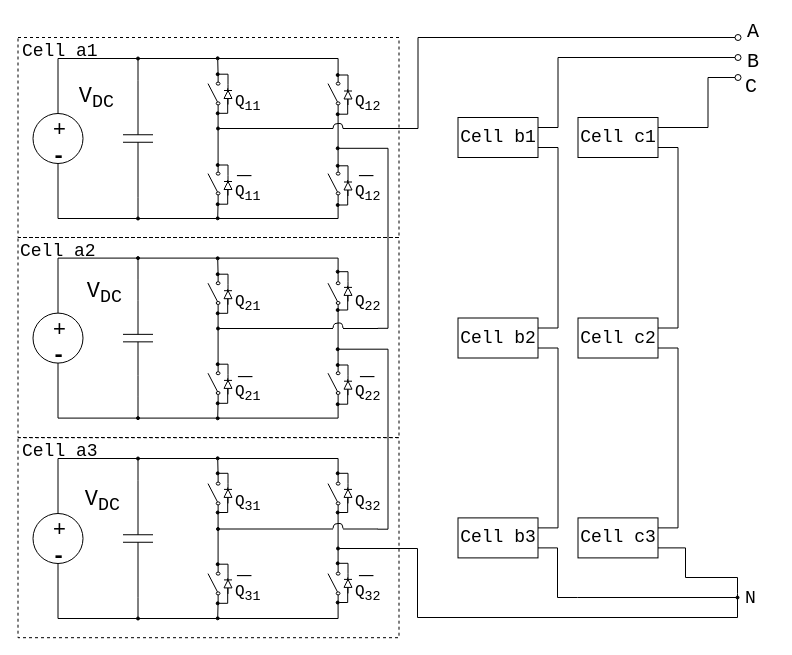
This is CHBMI_3PH.drawio from thece36/drawio, a draw.io file, before an edit. Source tidied: cells renumbered, new cells numbered last; positions are measured from the earlier drawing's top-left corner, leaving out a move shared by most shapes. Both pictures are drawn from the tidied source at 100%, with x=0, y=0 at pixel (17, 17).
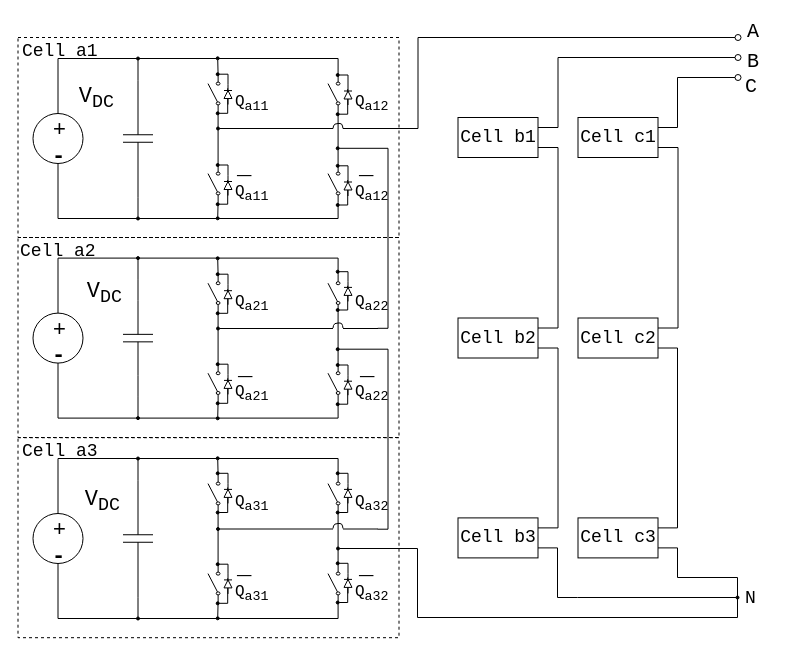
The same diagram, later.

The change refers to these unchanged cells:
```xml
<mxCell id="130" value="Cell c1" style="rounded=0;whiteSpace=wrap;html=1;strokeColor=#000000;fillColor=none;fontSize=18;fontColor=#000000;fontFamily=Courier New;" parent="1" vertex="1">
  <mxGeometry x="560.5" y="100" width="80" height="40" as="geometry" />
</mxCell>
<mxCell id="132" value="Cell c2" style="rounded=0;whiteSpace=wrap;html=1;strokeColor=#000000;fillColor=none;fontSize=18;fontColor=#000000;fontFamily=Courier New;" parent="1" vertex="1">
  <mxGeometry x="560.5" y="300.5" width="80" height="40" as="geometry" />
</mxCell>
<mxCell id="134" value="Cell c3" style="rounded=0;whiteSpace=wrap;html=1;strokeColor=#000000;fillColor=none;fontSize=18;fontColor=#000000;fontFamily=Courier New;" parent="1" vertex="1">
  <mxGeometry x="560.5" y="500.4" width="80" height="40" as="geometry" />
</mxCell>
```

Diff of the diagram source:
```diff
@@
+    <mxCell id="125" style="rounded=0;whiteSpace=wrap;html=1;dashed=1;strokeColor=#000000;fillColor=none;fontSize=18;fontColor=#000000;" parent="1" vertex="1">
+      <mxGeometry x="0.5" y="420.2" width="381" height="200" as="geometry" />
+    </mxCell>
+    <mxCell id="124" style="rounded=0;whiteSpace=wrap;html=1;dashed=1;strokeColor=#000000;fillColor=none;fontSize=18;fontColor=#000000;" parent="1" vertex="1">
+      <mxGeometry x="0.5" y="220" width="381" height="200" as="geometry" />
+    </mxCell>
+    <mxCell id="123" style="rounded=0;whiteSpace=wrap;html=1;dashed=1;strokeColor=#000000;fillColor=none;fontSize=18;fontColor=#000000;" parent="1" vertex="1">
+      <mxGeometry x="0.5" y="20" width="381" height="200" as="geometry" />
+    </mxCell>
@@
-    <mxCell id="20" value="&lt;font face=&quot;Courier New&quot;&gt;Q&lt;sub&gt;11&lt;/sub&gt;&lt;/font&gt;" style="text;html=1;align=left;verticalAlign=top;spacingTop=-4;fontSize=16;" parent="1" vertex="1">
-      <mxGeometry x="215.5" y="71" width="40" height="20" as="geometry" />
+    <mxCell id="20" value="&lt;font face=&quot;Courier New&quot;&gt;Q&lt;sub&gt;a11&lt;/sub&gt;&lt;/font&gt;" style="text;html=1;align=left;verticalAlign=top;spacingTop=-4;fontSize=16;" parent="1" vertex="1">
+      <mxGeometry x="215.5" y="71" width="50" height="20" as="geometry" />
     </mxCell>
-    <mxCell id="21" value="&lt;font face=&quot;Courier New&quot;&gt;Q&lt;/font&gt;&lt;font face=&quot;Courier New&quot;&gt;&lt;sub&gt;12&lt;/sub&gt;&lt;/font&gt;" style="text;html=1;align=left;verticalAlign=top;spacingTop=-4;fontSize=16;" parent="1" vertex="1">
-      <mxGeometry x="335.5" y="71" width="40" height="20" as="geometry" />
+    <mxCell id="21" value="&lt;font face=&quot;Courier New&quot;&gt;Q&lt;/font&gt;&lt;font face=&quot;Courier New&quot;&gt;&lt;sub&gt;a12&lt;/sub&gt;&lt;/font&gt;" style="text;html=1;align=left;verticalAlign=top;spacingTop=-4;fontSize=16;" parent="1" vertex="1">
+      <mxGeometry x="335.5" y="71" width="50" height="20" as="geometry" />
     </mxCell>
-    <mxCell id="22" value="&lt;font face=&quot;Courier New&quot;&gt;Q&lt;/font&gt;&lt;font face=&quot;Courier New&quot;&gt;&lt;sub&gt;12&lt;/sub&gt;&lt;/font&gt;" style="text;html=1;align=left;verticalAlign=top;spacingTop=-4;fontSize=16;" parent="1" vertex="1">
-      <mxGeometry x="335.5" y="161" width="40" height="20" as="geometry" />
+    <mxCell id="22" value="&lt;font face=&quot;Courier New&quot;&gt;Q&lt;/font&gt;&lt;font face=&quot;Courier New&quot;&gt;&lt;sub&gt;a12&lt;/sub&gt;&lt;/font&gt;" style="text;html=1;align=left;verticalAlign=top;spacingTop=-4;fontSize=16;" parent="1" vertex="1">
+      <mxGeometry x="335.5" y="161" width="50" height="20" as="geometry" />
     </mxCell>
-    <mxCell id="23" value="&lt;font face=&quot;Courier New&quot;&gt;Q&lt;/font&gt;&lt;font face=&quot;Courier New&quot;&gt;&lt;sub&gt;11&lt;/sub&gt;&lt;/font&gt;" style="text;html=1;align=left;verticalAlign=top;spacingTop=-4;fontSize=16;" parent="1" vertex="1">
-      <mxGeometry x="215.5" y="161" width="40" height="20" as="geometry" />
+    <mxCell id="23" value="&lt;font face=&quot;Courier New&quot;&gt;Q&lt;/font&gt;&lt;font face=&quot;Courier New&quot;&gt;&lt;sub&gt;a11&lt;/sub&gt;&lt;/font&gt;" style="text;html=1;align=left;verticalAlign=top;spacingTop=-4;fontSize=16;" parent="1" vertex="1">
+      <mxGeometry x="215.5" y="161" width="50" height="20" as="geometry" />
     </mxCell>
@@
-    <mxCell id="42" value="&lt;font face=&quot;Courier New&quot;&gt;Q&lt;/font&gt;&lt;font face=&quot;Courier New&quot;&gt;&lt;sub&gt;21&lt;/sub&gt;&lt;/font&gt;" style="text;html=1;align=left;verticalAlign=top;spacingTop=-4;fontSize=16;" parent="1" vertex="1">
-      <mxGeometry x="215.5" y="270.6" width="40" height="20" as="geometry" />
+    <mxCell id="42" value="&lt;font face=&quot;Courier New&quot;&gt;Q&lt;/font&gt;&lt;font face=&quot;Courier New&quot;&gt;&lt;sub&gt;a21&lt;/sub&gt;&lt;/font&gt;" style="text;html=1;align=left;verticalAlign=top;spacingTop=-4;fontSize=16;" parent="1" vertex="1">
+      <mxGeometry x="215.5" y="270.6" width="50" height="20" as="geometry" />
     </mxCell>
-    <mxCell id="43" value="&lt;font face=&quot;Courier New&quot;&gt;Q&lt;/font&gt;&lt;font face=&quot;Courier New&quot;&gt;&lt;sub&gt;22&lt;/sub&gt;&lt;/font&gt;" style="text;html=1;align=left;verticalAlign=top;spacingTop=-4;fontSize=16;" parent="1" vertex="1">
-      <mxGeometry x="335.5" y="270.6" width="40" height="20" as="geometry" />
+    <mxCell id="43" value="&lt;font face=&quot;Courier New&quot;&gt;Q&lt;/font&gt;&lt;font face=&quot;Courier New&quot;&gt;&lt;sub&gt;a22&lt;/sub&gt;&lt;/font&gt;" style="text;html=1;align=left;verticalAlign=top;spacingTop=-4;fontSize=16;" parent="1" vertex="1">
+      <mxGeometry x="335.5" y="270.6" width="50" height="20" as="geometry" />
     </mxCell>
-    <mxCell id="44" value="&lt;font face=&quot;Courier New&quot;&gt;Q&lt;/font&gt;&lt;font face=&quot;Courier New&quot;&gt;&lt;sub&gt;22&lt;/sub&gt;&lt;/font&gt;" style="text;html=1;align=left;verticalAlign=top;spacingTop=-4;fontSize=16;" parent="1" vertex="1">
-      <mxGeometry x="335.5" y="360.6" width="40" height="20" as="geometry" />
+    <mxCell id="44" value="&lt;font face=&quot;Courier New&quot;&gt;Q&lt;/font&gt;&lt;font face=&quot;Courier New&quot;&gt;&lt;sub&gt;a22&lt;/sub&gt;&lt;/font&gt;" style="text;html=1;align=left;verticalAlign=top;spacingTop=-4;fontSize=16;" parent="1" vertex="1">
+      <mxGeometry x="335.5" y="360.6" width="50" height="20" as="geometry" />
     </mxCell>
-    <mxCell id="45" value="&lt;font face=&quot;Courier New&quot;&gt;Q&lt;/font&gt;&lt;font face=&quot;Courier New&quot;&gt;&lt;sub&gt;21&lt;/sub&gt;&lt;/font&gt;" style="text;html=1;align=left;verticalAlign=top;spacingTop=-4;fontSize=16;" parent="1" vertex="1">
-      <mxGeometry x="215.5" y="360.6" width="40" height="20" as="geometry" />
+    <mxCell id="45" value="&lt;font face=&quot;Courier New&quot;&gt;Q&lt;/font&gt;&lt;font face=&quot;Courier New&quot;&gt;&lt;sub&gt;a21&lt;/sub&gt;&lt;/font&gt;" style="text;html=1;align=left;verticalAlign=top;spacingTop=-4;fontSize=16;" parent="1" vertex="1">
+      <mxGeometry x="215.5" y="360.6" width="50" height="20" as="geometry" />
     </mxCell>
@@
-    <mxCell id="64" value="&lt;font face=&quot;Courier New&quot;&gt;Q&lt;/font&gt;&lt;font face=&quot;Courier New&quot;&gt;&lt;sub&gt;31&lt;/sub&gt;&lt;/font&gt;" style="text;html=1;align=left;verticalAlign=top;spacingTop=-4;fontSize=16;" parent="1" vertex="1">
-      <mxGeometry x="215.5" y="471" width="40" height="20" as="geometry" />
+    <mxCell id="64" value="&lt;font face=&quot;Courier New&quot;&gt;Q&lt;/font&gt;&lt;font face=&quot;Courier New&quot;&gt;&lt;sub&gt;a31&lt;/sub&gt;&lt;/font&gt;" style="text;html=1;align=left;verticalAlign=top;spacingTop=-4;fontSize=16;" parent="1" vertex="1">
+      <mxGeometry x="215.5" y="471" width="50" height="20" as="geometry" />
     </mxCell>
-    <mxCell id="65" value="&lt;font face=&quot;Courier New&quot;&gt;Q&lt;/font&gt;&lt;font face=&quot;Courier New&quot;&gt;&lt;sub&gt;32&lt;/sub&gt;&lt;/font&gt;" style="text;html=1;align=left;verticalAlign=top;spacingTop=-4;fontSize=16;" parent="1" vertex="1">
-      <mxGeometry x="335.5" y="471" width="40" height="20" as="geometry" />
+    <mxCell id="65" value="&lt;font face=&quot;Courier New&quot;&gt;Q&lt;/font&gt;&lt;font face=&quot;Courier New&quot;&gt;&lt;sub&gt;a32&lt;/sub&gt;&lt;/font&gt;" style="text;html=1;align=left;verticalAlign=top;spacingTop=-4;fontSize=16;" parent="1" vertex="1">
+      <mxGeometry x="335.5" y="471" width="50" height="20" as="geometry" />
     </mxCell>
-    <mxCell id="66" value="&lt;font face=&quot;Courier New&quot;&gt;Q&lt;/font&gt;&lt;font face=&quot;Courier New&quot;&gt;&lt;sub&gt;32&lt;/sub&gt;&lt;/font&gt;" style="text;html=1;align=left;verticalAlign=top;spacingTop=-4;fontSize=16;" parent="1" vertex="1">
-      <mxGeometry x="335.5" y="561" width="40" height="20" as="geometry" />
+    <mxCell id="66" value="&lt;font face=&quot;Courier New&quot;&gt;Q&lt;/font&gt;&lt;font face=&quot;Courier New&quot;&gt;&lt;sub&gt;a32&lt;/sub&gt;&lt;/font&gt;" style="text;html=1;align=left;verticalAlign=top;spacingTop=-4;fontSize=16;" parent="1" vertex="1">
+      <mxGeometry x="335.5" y="561" width="50" height="20" as="geometry" />
     </mxCell>
-    <mxCell id="67" value="&lt;font face=&quot;Courier New&quot;&gt;Q&lt;/font&gt;&lt;font face=&quot;Courier New&quot;&gt;&lt;sub&gt;31&lt;/sub&gt;&lt;/font&gt;" style="text;html=1;align=left;verticalAlign=top;spacingTop=-4;fontSize=16;" parent="1" vertex="1">
-      <mxGeometry x="215.5" y="561" width="40" height="20" as="geometry" />
+    <mxCell id="67" value="&lt;font face=&quot;Courier New&quot;&gt;Q&lt;/font&gt;&lt;font face=&quot;Courier New&quot;&gt;&lt;sub&gt;a31&lt;/sub&gt;&lt;/font&gt;" style="text;html=1;align=left;verticalAlign=top;spacingTop=-4;fontSize=16;" parent="1" vertex="1">
+      <mxGeometry x="215.5" y="561" width="50" height="20" as="geometry" />
     </mxCell>
@@
-    <mxCell id="123" style="rounded=0;whiteSpace=wrap;html=1;dashed=1;strokeColor=#000000;fillColor=none;fontSize=18;fontColor=#000000;" parent="1" vertex="1">
-      <mxGeometry x="0.5" y="20" width="381" height="200" as="geometry" />
-    </mxCell>
-    <mxCell id="124" style="rounded=0;whiteSpace=wrap;html=1;dashed=1;strokeColor=#000000;fillColor=none;fontSize=18;fontColor=#000000;" parent="1" vertex="1">
-      <mxGeometry x="0.5" y="220" width="381" height="200" as="geometry" />
-    </mxCell>
-    <mxCell id="125" style="rounded=0;whiteSpace=wrap;html=1;dashed=1;strokeColor=#000000;fillColor=none;fontSize=18;fontColor=#000000;" parent="1" vertex="1">
-      <mxGeometry x="0.5" y="420.2" width="381" height="200" as="geometry" />
-    </mxCell>
@@
     <mxCell id="136" style="endArrow=oval;html=1;fontFamily=Courier New;fontSize=18;fontColor=#000000;exitX=1;exitY=0.25;exitDx=0;exitDy=0;edgeStyle=orthogonalEdgeStyle;rounded=0;endFill=0;" parent="1" edge="1" source="130">
       <mxGeometry relative="1" as="geometry">
         <mxPoint x="720.5" y="60" as="targetPoint" />
         <Array as="points">
-          <mxPoint x="690.5" y="110" />
-          <mxPoint x="690.5" y="60" />
-          <mxPoint x="720.5" y="60" />
+          <mxPoint x="660" y="110" />
+          <mxPoint x="660" y="60" />
         </Array>
       </mxGeometry>
     </mxCell>
@@
     <mxCell id="140" style="endArrow=none;html=1;fontFamily=Courier New;fontSize=18;fontColor=#000000;entryX=1;entryY=0.75;entryDx=0;entryDy=0;edgeStyle=orthogonalEdgeStyle;rounded=0;exitX=1;exitY=0.25;exitDx=0;exitDy=0;" parent="1" edge="1" source="134" target="132">
       <mxGeometry relative="1" as="geometry">
         <Array as="points">
-          <mxPoint x="660.5" y="510" />
-          <mxPoint x="660.5" y="330" />
+          <mxPoint x="660" y="511" />
+          <mxPoint x="660" y="331" />
         </Array>
       </mxGeometry>
     </mxCell>
@@
     <mxCell id="144" style="endArrow=none;html=1;fontFamily=Courier New;fontSize=18;fontColor=#000000;exitX=1;exitY=0.75;exitDx=0;exitDy=0;rounded=0;edgeStyle=orthogonalEdgeStyle;" parent="1" edge="1" source="134">
       <mxGeometry relative="1" as="geometry">
         <mxPoint x="720" y="600" as="targetPoint" />
         <Array as="points">
-          <mxPoint x="668" y="530" />
-          <mxPoint x="668" y="560" />
+          <mxPoint x="660" y="531" />
+          <mxPoint x="660" y="560" />
           <mxPoint x="720" y="560" />
-          <mxPoint x="720" y="576" />
         </Array>
       </mxGeometry>
     </mxCell>
```
